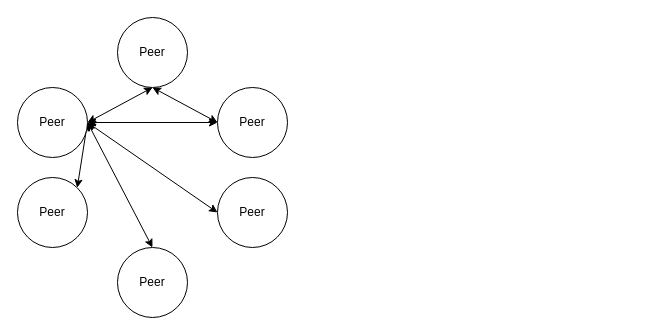
Before: ach.drawio in Albert-W/Draw_io, a draw.io diagram. Source tidied: cells renumbered, new cells numbered last; positions are measured from the earlier drawing's top-left corner, leaving out a move shared by most shapes. Both pictures are drawn from the tidied source at 100%, with x=0, y=0 at pixel (17, 17).
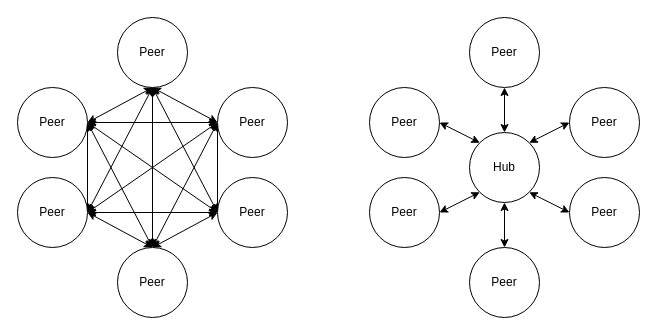
The same page after the edit.

The change refers to these unchanged cells:
```xml
<mxCell id="3" value="Peer" style="ellipse;whiteSpace=wrap;html=1;" parent="1" vertex="1">
  <mxGeometry x="100" width="70" height="70" as="geometry" />
</mxCell>
<mxCell id="4" value="Peer" style="ellipse;whiteSpace=wrap;html=1;" parent="1" vertex="1">
  <mxGeometry x="100" y="230" width="70" height="70" as="geometry" />
</mxCell>
<mxCell id="10" value="Peer" style="ellipse;whiteSpace=wrap;html=1;" parent="1" vertex="1">
  <mxGeometry y="70" width="70" height="70" as="geometry" />
</mxCell>
<mxCell id="12" value="Peer" style="ellipse;whiteSpace=wrap;html=1;" parent="1" vertex="1">
  <mxGeometry x="200" y="70" width="70" height="70" as="geometry" />
</mxCell>
<mxCell id="13" value="Peer" style="ellipse;whiteSpace=wrap;html=1;" parent="1" vertex="1">
  <mxGeometry x="200" y="160" width="70" height="70" as="geometry" />
</mxCell>
```

The edit, as a diff of the source:
```diff
@@
+    <mxCell id="14" style="rounded=0;jettySize=auto;html=1;exitX=0.5;exitY=1;exitDx=0;exitDy=0;entryX=0;entryY=0.5;entryDx=0;entryDy=0;startArrow=classic;startFill=1;" parent="1" edge="1" source="3" target="13">
+      <mxGeometry relative="1" as="geometry" />
+    </mxCell>
+    <mxCell id="15" style="edgeStyle=none;rounded=0;jettySize=auto;html=1;exitX=0.5;exitY=1;exitDx=0;exitDy=0;" parent="1" edge="1" source="3">
+      <mxGeometry relative="1" as="geometry">
+        <mxPoint x="135" y="230" as="targetPoint" />
+      </mxGeometry>
+    </mxCell>
@@
+    <mxCell id="16" style="edgeStyle=none;rounded=0;jettySize=auto;html=1;exitX=0.5;exitY=0;exitDx=0;exitDy=0;entryX=1;entryY=0.5;entryDx=0;entryDy=0;startArrow=classic;startFill=1;" parent="1" edge="1" source="4" target="11">
+      <mxGeometry relative="1" as="geometry" />
+    </mxCell>
@@
-    <mxCell id="9" style="edgeStyle=none;rounded=0;jettySize=auto;html=1;exitX=1;exitY=0.5;exitDx=0;exitDy=0;entryX=1;entryY=0;entryDx=0;entryDy=0;startArrow=classic;startFill=1;" parent="1" edge="1" source="10" target="11">
+    <mxCell id="9" style="edgeStyle=none;rounded=0;jettySize=auto;html=1;exitX=1;exitY=0.5;exitDx=0;exitDy=0;entryX=1;entryY=0.5;entryDx=0;entryDy=0;startArrow=classic;startFill=1;" parent="1" edge="1" source="10" target="11">
       <mxGeometry relative="1" as="geometry" />
     </mxCell>
@@
+    <mxCell id="17" style="edgeStyle=none;rounded=0;jettySize=auto;html=1;exitX=1;exitY=0.5;exitDx=0;exitDy=0;entryX=0.5;entryY=1;entryDx=0;entryDy=0;startArrow=classic;startFill=1;" parent="1" edge="1" source="11" target="3">
+      <mxGeometry relative="1" as="geometry" />
+    </mxCell>
-    <mxCell id="11" value="Peer" style="ellipse;whiteSpace=wrap;html=1;" parent="1" vertex="1">
+    <mxCell id="11" value="Peer" style="ellipse;whiteSpace=wrap;html=1;direction=east;" parent="1" vertex="1">
       <mxGeometry y="160" width="70" height="70" as="geometry" />
     </mxCell>
+    <mxCell id="18" style="edgeStyle=none;rounded=0;jettySize=auto;html=1;exitX=0;exitY=0.5;exitDx=0;exitDy=0;entryX=0;entryY=0.5;entryDx=0;entryDy=0;startArrow=classic;startFill=1;" parent="1" edge="1" source="12" target="13">
+      <mxGeometry relative="1" as="geometry" />
+    </mxCell>
+    <mxCell id="19" style="edgeStyle=none;rounded=0;jettySize=auto;html=1;exitX=0;exitY=0.5;exitDx=0;exitDy=0;entryX=0.5;entryY=0;entryDx=0;entryDy=0;startArrow=classic;startFill=1;" parent="1" edge="1" source="12" target="4">
+      <mxGeometry relative="1" as="geometry" />
+    </mxCell>
+    <mxCell id="20" style="edgeStyle=none;rounded=0;jettySize=auto;html=1;exitX=0;exitY=0.5;exitDx=0;exitDy=0;entryX=1;entryY=0.5;entryDx=0;entryDy=0;startArrow=classic;startFill=1;" parent="1" edge="1" source="12" target="11">
+      <mxGeometry relative="1" as="geometry" />
+    </mxCell>
@@
+    <mxCell id="21" style="edgeStyle=none;rounded=0;jettySize=auto;html=1;exitX=0;exitY=0.5;exitDx=0;exitDy=0;entryX=0.5;entryY=0;entryDx=0;entryDy=0;startArrow=classic;startFill=1;" parent="1" edge="1" source="13" target="4">
+      <mxGeometry relative="1" as="geometry" />
+    </mxCell>
+    <mxCell id="22" style="edgeStyle=none;rounded=0;jettySize=auto;html=1;exitX=0;exitY=0.5;exitDx=0;exitDy=0;entryX=1;entryY=0.5;entryDx=0;entryDy=0;startArrow=classic;startFill=1;" parent="1" edge="1" source="13" target="11">
+      <mxGeometry relative="1" as="geometry" />
+    </mxCell>
@@
+    <mxCell id="23" value="Peer" style="ellipse;whiteSpace=wrap;html=1;" parent="1" vertex="1">
+      <mxGeometry x="452" width="70" height="70" as="geometry" />
+    </mxCell>
+    <mxCell id="24" value="Peer" style="ellipse;whiteSpace=wrap;html=1;" parent="1" vertex="1">
+      <mxGeometry x="452" y="230" width="70" height="70" as="geometry" />
+    </mxCell>
+    <mxCell id="25" value="Peer" style="ellipse;whiteSpace=wrap;html=1;" parent="1" vertex="1">
+      <mxGeometry x="352" y="70" width="70" height="70" as="geometry" />
+    </mxCell>
+    <mxCell id="26" value="Peer" style="ellipse;whiteSpace=wrap;html=1;direction=east;" parent="1" vertex="1">
+      <mxGeometry x="352" y="160" width="70" height="70" as="geometry" />
+    </mxCell>
+    <mxCell id="27" value="Peer" style="ellipse;whiteSpace=wrap;html=1;" parent="1" vertex="1">
+      <mxGeometry x="552" y="70" width="70" height="70" as="geometry" />
+    </mxCell>
+    <mxCell id="28" value="Peer" style="ellipse;whiteSpace=wrap;html=1;" parent="1" vertex="1">
+      <mxGeometry x="552" y="160" width="70" height="70" as="geometry" />
+    </mxCell>
+    <mxCell id="29" style="edgeStyle=none;rounded=0;jettySize=auto;html=1;exitX=0.5;exitY=0;exitDx=0;exitDy=0;entryX=0.5;entryY=1;entryDx=0;entryDy=0;startArrow=classic;startFill=1;" parent="1" edge="1" source="35" target="23">
+      <mxGeometry relative="1" as="geometry" />
+    </mxCell>
+    <mxCell id="30" style="edgeStyle=none;rounded=0;jettySize=auto;html=1;exitX=1;exitY=0;exitDx=0;exitDy=0;entryX=0;entryY=0.5;entryDx=0;entryDy=0;startArrow=classic;startFill=1;" parent="1" edge="1" source="35" target="27">
+      <mxGeometry relative="1" as="geometry" />
+    </mxCell>
+    <mxCell id="31" style="edgeStyle=none;rounded=0;jettySize=auto;html=1;exitX=1;exitY=1;exitDx=0;exitDy=0;entryX=0;entryY=0.5;entryDx=0;entryDy=0;startArrow=classic;startFill=1;" parent="1" edge="1" source="35" target="28">
+      <mxGeometry relative="1" as="geometry" />
+    </mxCell>
+    <mxCell id="32" style="edgeStyle=none;rounded=0;jettySize=auto;html=1;exitX=0.5;exitY=1;exitDx=0;exitDy=0;startArrow=classic;startFill=1;" parent="1" edge="1" source="35" target="24">
+      <mxGeometry relative="1" as="geometry" />
+    </mxCell>
+    <mxCell id="33" style="edgeStyle=none;rounded=0;jettySize=auto;html=1;exitX=0;exitY=1;exitDx=0;exitDy=0;entryX=1;entryY=0.5;entryDx=0;entryDy=0;startArrow=classic;startFill=1;" parent="1" edge="1" source="35" target="26">
+      <mxGeometry relative="1" as="geometry" />
+    </mxCell>
+    <mxCell id="34" style="edgeStyle=none;rounded=0;jettySize=auto;html=1;exitX=0;exitY=0;exitDx=0;exitDy=0;entryX=1;entryY=0.5;entryDx=0;entryDy=0;startArrow=classic;startFill=1;" parent="1" edge="1" source="35" target="25">
+      <mxGeometry relative="1" as="geometry" />
+    </mxCell>
+    <mxCell id="35" value="Hub" style="ellipse;whiteSpace=wrap;html=1;direction=east;" parent="1" vertex="1">
+      <mxGeometry x="452" y="115" width="70" height="70" as="geometry" />
+    </mxCell>
```
